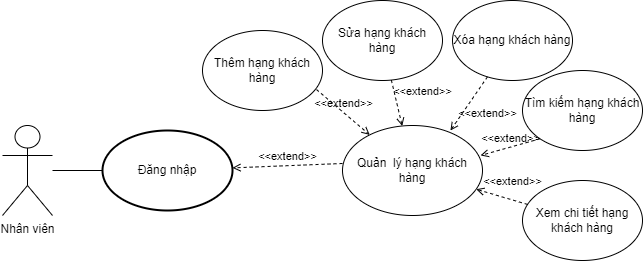
This is Báo Cáo/Diagram/Usecase/usecase_hangkhachhang.png from Kindaichicao/plane-ticket, a draw.io export, as it was before one commit. Source tidied: cells renumbered, new cells last; positions are measured from the earlier drawing's top-left corner, leaving out a move shared by most shapes.
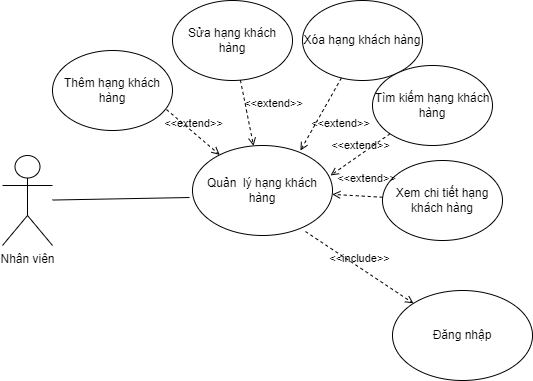
After the commit.

Commit message:
[Modified]: Update DFD and Usecase

Change to the diagram source:
```diff
@@ -2,36 +2,30 @@
   <root>
     <mxCell id="0" />
     <mxCell id="1" parent="0" />
-    <mxCell id="2" value="Đăng nhập" style="strokeWidth=2;html=1;shape=mxgraph.flowchart.start_1;whiteSpace=wrap;" parent="1" vertex="1">
-      <mxGeometry x="100" y="130" width="130" height="80" as="geometry" />
-    </mxCell>
     <mxCell id="3" value="Nhân viên" style="shape=umlActor;verticalLabelPosition=bottom;verticalAlign=top;html=1;outlineConnect=0;" parent="1" vertex="1">
       <mxGeometry y="125" width="50" height="90" as="geometry" />
     </mxCell>
-    <mxCell id="4" style="endArrow=none;html=1;rounded=0;entryX=0;entryY=0.5;entryDx=0;entryDy=0;entryPerimeter=0;" parent="1" edge="1" source="3" target="2">
-      <mxGeometry relative="1" as="geometry" />
-    </mxCell>
+    <mxCell id="17" style="endArrow=none;html=1;rounded=0;entryX=-0.021;entryY=0.578;entryDx=0;entryDy=0;entryPerimeter=0;" parent="1" edge="1" source="3" target="5">
+      <mxGeometry relative="1" as="geometry" />
+    </mxCell>
     <mxCell id="5" value="Quản&amp;nbsp; lý hạng khách hàng" style="ellipse;whiteSpace=wrap;html=1;" parent="1" vertex="1">
-      <mxGeometry x="340" y="125" width="140" height="90" as="geometry" />
+      <mxGeometry x="190" y="115" width="140" height="90" as="geometry" />
     </mxCell>
     <mxCell id="6" value="Thêm hạng khách hàng" style="ellipse;whiteSpace=wrap;html=1;" parent="1" vertex="1">
-      <mxGeometry x="200" y="30" width="120" height="80" as="geometry" />
+      <mxGeometry x="50" y="20" width="120" height="80" as="geometry" />
     </mxCell>
     <mxCell id="7" value="Sửa hạng khách hàng" style="ellipse;whiteSpace=wrap;html=1;" parent="1" vertex="1">
-      <mxGeometry x="320" width="120" height="80" as="geometry" />
+      <mxGeometry x="170" y="-30" width="120" height="80" as="geometry" />
     </mxCell>
     <mxCell id="8" value="Xóa hạng khách hàng" style="ellipse;whiteSpace=wrap;html=1;" parent="1" vertex="1">
-      <mxGeometry x="450" width="120" height="80" as="geometry" />
+      <mxGeometry x="300" y="-30" width="120" height="80" as="geometry" />
     </mxCell>
     <mxCell id="9" value="Tìm kiếm hạng khách hàng" style="ellipse;whiteSpace=wrap;html=1;" parent="1" vertex="1">
-      <mxGeometry x="520" y="70" width="120" height="80" as="geometry" />
+      <mxGeometry x="370" y="35" width="120" height="80" as="geometry" />
     </mxCell>
     <mxCell id="10" value="Xem chi tiết hạng khách hàng" style="ellipse;whiteSpace=wrap;html=1;" parent="1" vertex="1">
-      <mxGeometry x="520" y="180" width="120" height="80" as="geometry" />
+      <mxGeometry x="380" y="130" width="120" height="80" as="geometry" />
     </mxCell>
-    <mxCell id="11" value="&amp;lt;&amp;lt;extend&amp;gt;&amp;gt;" style="html=1;verticalAlign=bottom;labelBackgroundColor=none;endArrow=open;endFill=0;dashed=1;rounded=0;exitX=0;exitY=0.422;exitDx=0;exitDy=0;exitPerimeter=0;" parent="1" edge="1" source="5" target="2">
-      <mxGeometry relative="1" as="geometry" />
-    </mxCell>
     <mxCell id="12" value="&amp;lt;&amp;lt;extend&amp;gt;&amp;gt;" style="html=1;verticalAlign=bottom;labelBackgroundColor=none;endArrow=open;endFill=0;dashed=1;rounded=0;exitX=0.95;exitY=0.738;exitDx=0;exitDy=0;exitPerimeter=0;" parent="1" edge="1" source="6" target="5">
       <mxGeometry relative="1" as="geometry" />
     </mxCell>
@@ -47,5 +41,11 @@
     <mxCell id="16" value="&amp;lt;&amp;lt;extend&amp;gt;&amp;gt;" style="html=1;verticalAlign=bottom;labelBackgroundColor=none;endArrow=open;endFill=0;dashed=1;rounded=0;" parent="1" edge="1" source="10" target="5">
       <mxGeometry x="-0.31" y="-9" relative="1" as="geometry" />
     </mxCell>
+    <mxCell id="2" value="Đăng nhập" style="ellipse;whiteSpace=wrap;html=1;" parent="1" vertex="1">
+      <mxGeometry x="390" y="260" width="140" height="90" as="geometry" />
+    </mxCell>
+    <mxCell id="11" value="&amp;lt;&amp;lt;include&amp;gt;&amp;gt;" style="html=1;verticalAlign=bottom;labelBackgroundColor=none;endArrow=open;endFill=0;dashed=1;rounded=0;exitX=0.807;exitY=0.956;exitDx=0;exitDy=0;exitPerimeter=0;" parent="1" edge="1" source="5" target="2">
+      <mxGeometry relative="1" as="geometry" />
+    </mxCell>
   </root>
 </mxGraphModel>
```
